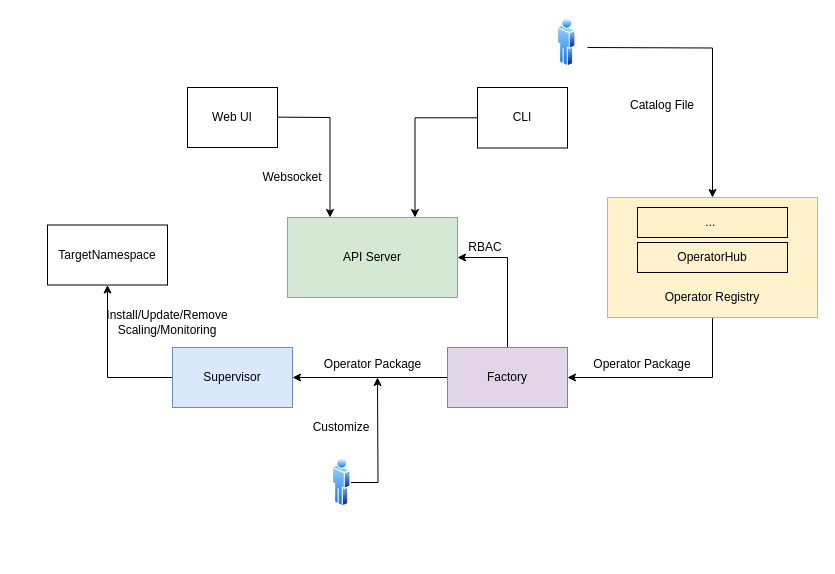
Above: page "Page-1" (1 of 2) of docs/olm.drawio in vanguoo/Distributed-Measurement-System (draw.io), before the change. Source tidied: cells renumbered, new cells numbered last; positions are measured from the earlier drawing's top-left corner, leaving out a move shared by most shapes. Both pictures are drawn from the tidied source at 100%, with x=0, y=0 at pixel (47, 17).
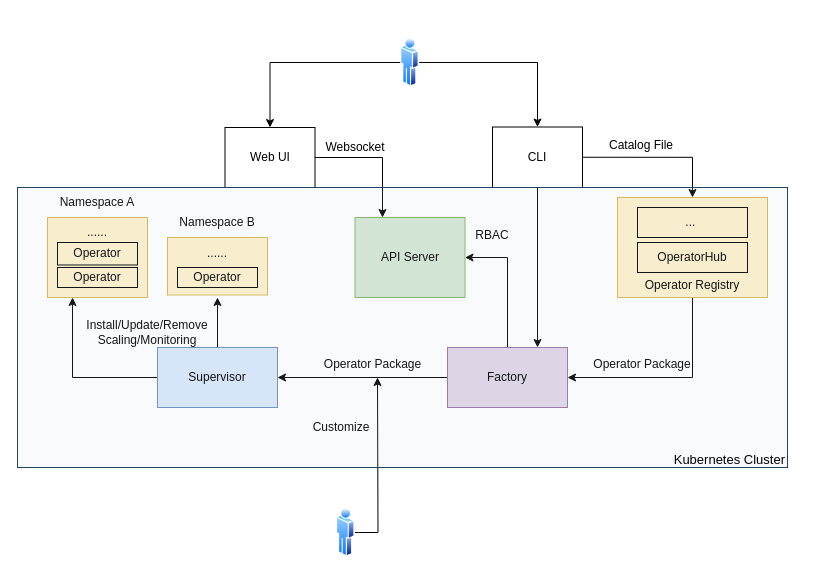
The same diagram, later.

The change refers to these unchanged cells:
```xml
<mxCell id="12" value="Factory" style="rounded=0;whiteSpace=wrap;html=1;fillColor=#e1d5e7;strokeColor=#9673a6;" parent="1" vertex="1">
  <mxGeometry x="400" y="330" width="120" height="60" as="geometry" />
</mxCell>
```

Diff of the diagram source:
```diff
@@
-    <mxCell id="2" style="edgeStyle=orthogonalEdgeStyle;rounded=0;jettySize=auto;html=1;" parent="1" edge="1" target="14">
-      <mxGeometry relative="1" as="geometry">
-        <mxPoint x="540" y="30" as="sourcePoint" />
-      </mxGeometry>
+    <mxCell id="2" style="edgeStyle=orthogonalEdgeStyle;rounded=0;jettySize=auto;html=1;exitX=1;exitY=0.5;exitDx=0;exitDy=0;" parent="1" edge="1" source="5" target="14">
+      <mxGeometry relative="1" as="geometry" />
     </mxCell>
     <mxCell id="3" value="API Server" style="rounded=0;whiteSpace=wrap;html=1;fillColor=#d5e8d4;strokeColor=#82b366;" parent="1" vertex="1">
-      <mxGeometry x="240" y="200" width="170" height="80" as="geometry" />
+      <mxGeometry x="307.5" y="200" width="110" height="80" as="geometry" />
     </mxCell>
-    <mxCell id="4" style="edgeStyle=orthogonalEdgeStyle;rounded=0;jettySize=auto;html=1;entryX=0.75;entryY=0;entryDx=0;entryDy=0;" parent="1" edge="1" source="5" target="3">
-      <mxGeometry relative="1" as="geometry" />
-    </mxCell>
+    <mxCell id="29" style="edgeStyle=orthogonalEdgeStyle;rounded=0;jettySize=auto;html=1;entryX=0.75;entryY=0;entryDx=0;entryDy=0;" parent="1" edge="1" source="5" target="12">
+      <mxGeometry relative="1" as="geometry" />
+    </mxCell>
     <mxCell id="5" value="CLI" style="rounded=0;whiteSpace=wrap;html=1;" parent="1" vertex="1">
-      <mxGeometry x="430" y="70" width="90" height="60.5" as="geometry" />
+      <mxGeometry x="445" y="109.5" width="90" height="60.5" as="geometry" />
     </mxCell>
-    <mxCell id="6" style="edgeStyle=orthogonalEdgeStyle;rounded=0;jettySize=auto;html=1;entryX=0.25;entryY=0;entryDx=0;entryDy=0;" parent="1" edge="1" target="3">
-      <mxGeometry relative="1" as="geometry">
-        <mxPoint x="210" y="99.5" as="sourcePoint" />
-      </mxGeometry>
+    <mxCell id="6" style="edgeStyle=orthogonalEdgeStyle;rounded=0;jettySize=auto;html=1;entryX=0.25;entryY=0;entryDx=0;entryDy=0;exitX=1;exitY=0.5;exitDx=0;exitDy=0;" parent="1" edge="1" source="7" target="3">
+      <mxGeometry relative="1" as="geometry" />
     </mxCell>
     <mxCell id="7" value="Web UI" style="rounded=0;whiteSpace=wrap;html=1;" parent="1" vertex="1">
-      <mxGeometry x="140" y="70" width="90" height="60" as="geometry" />
+      <mxGeometry x="177.5" y="110" width="90" height="60" as="geometry" />
     </mxCell>
+    <mxCell id="30" style="edgeStyle=orthogonalEdgeStyle;rounded=0;jettySize=auto;html=1;" parent="1" edge="1" source="9">
+      <mxGeometry relative="1" as="geometry">
+        <mxPoint x="170" y="280" as="targetPoint" />
+      </mxGeometry>
+    </mxCell>
-    <mxCell id="8" style="edgeStyle=orthogonalEdgeStyle;rounded=0;jettySize=auto;html=1;entryX=0.5;entryY=1;entryDx=0;entryDy=0;" parent="1" edge="1" source="9" target="24">
+    <mxCell id="8" style="edgeStyle=orthogonalEdgeStyle;rounded=0;jettySize=auto;html=1;entryX=0.25;entryY=1;entryDx=0;entryDy=0;" parent="1" edge="1" source="9" target="24">
       <mxGeometry relative="1" as="geometry" />
     </mxCell>
     <mxCell id="9" value="Supervisor" style="rounded=0;whiteSpace=wrap;html=1;fillColor=#dae8fc;strokeColor=#6c8ebf;" parent="1" vertex="1">
-      <mxGeometry x="125" y="330" width="120" height="60" as="geometry" />
+      <mxGeometry x="110" y="330" width="120" height="60" as="geometry" />
     </mxCell>
@@
     <mxCell id="14" style="rounded=0;whiteSpace=wrap;html=1;align=left;strokeColor=#d6b656;fillColor=#fff2cc;" parent="1" vertex="1">
-      <mxGeometry x="560" y="180" width="210" height="120" as="geometry" />
+      <mxGeometry x="570" y="180" width="150" height="100" as="geometry" />
     </mxCell>
+    <mxCell id="31" style="edgeStyle=orthogonalEdgeStyle;rounded=0;jettySize=auto;html=1;" parent="1" edge="1" source="15" target="5">
+      <mxGeometry relative="1" as="geometry" />
+    </mxCell>
+    <mxCell id="32" style="edgeStyle=orthogonalEdgeStyle;rounded=0;jettySize=auto;html=1;entryX=0.5;entryY=0;entryDx=0;entryDy=0;" parent="1" edge="1" source="15" target="7">
+      <mxGeometry relative="1" as="geometry" />
+    </mxCell>
     <mxCell id="15" style="perimeter=ellipsePerimeter;html=1;align=center;shadow=0;dashed=0;spacingTop=3;image;image=img/lib/active_directory/user.svg;fillColor=none;" parent="1" vertex="1">
-      <mxGeometry x="510" width="18.5" height="50" as="geometry" />
+      <mxGeometry x="353.2" y="20" width="18.5" height="50" as="geometry" />
     </mxCell>
     <mxCell id="16" value="Catalog File" style="text;html=1;strokeColor=none;fillColor=none;align=center;verticalAlign=middle;whiteSpace=wrap;rounded=0;" parent="1" vertex="1">
-      <mxGeometry x="575" y="80" width="80" height="16" as="geometry" />
+      <mxGeometry x="554.2" y="120" width="80" height="16" as="geometry" />
     </mxCell>
     <mxCell id="17" value="OperatorHub" style="rounded=0;whiteSpace=wrap;html=1;fillColor=none;" parent="1" vertex="1">
-      <mxGeometry x="590" y="225" width="150" height="30" as="geometry" />
+      <mxGeometry x="590" y="225" width="110" height="30" as="geometry" />
     </mxCell>
     <mxCell id="18" value="RBAC" style="text;html=1;strokeColor=none;fillColor=none;align=center;verticalAlign=middle;whiteSpace=wrap;rounded=0;" parent="1" vertex="1">
-      <mxGeometry x="417.5" y="220" width="40" height="20" as="geometry" />
+      <mxGeometry x="425" y="207.5" width="40" height="20" as="geometry" />
     </mxCell>
@@
     <mxCell id="20" value="Websocket" style="text;html=1;strokeColor=none;fillColor=none;align=center;verticalAlign=middle;whiteSpace=wrap;rounded=0;" parent="1" vertex="1">
-      <mxGeometry x="205" y="150" width="80" height="20" as="geometry" />
+      <mxGeometry x="267.5" y="120" width="80" height="20" as="geometry" />
     </mxCell>
     <mxCell id="21" value="...&amp;nbsp;" style="rounded=0;whiteSpace=wrap;html=1;fillColor=none;" parent="1" vertex="1">
-      <mxGeometry x="590" y="190" width="150" height="30" as="geometry" />
+      <mxGeometry x="590" y="190" width="110" height="30" as="geometry" />
     </mxCell>
@@
     <mxCell id="23" value="Install/Update/Remove&lt;br&gt;Scaling/Monitoring" style="text;html=1;strokeColor=none;fillColor=none;align=center;verticalAlign=middle;whiteSpace=wrap;rounded=0;" parent="1" vertex="1">
-      <mxGeometry x="50" y="290" width="140" height="30" as="geometry" />
+      <mxGeometry x="30" y="300" width="140" height="30" as="geometry" />
     </mxCell>
-    <mxCell id="24" value="TargetNamespace" style="rounded=0;whiteSpace=wrap;html=1;strokeColor=#000000;fillColor=none;" parent="1" vertex="1">
-      <mxGeometry y="207.5" width="120" height="60" as="geometry" />
+    <mxCell id="24" style="rounded=0;whiteSpace=wrap;html=1;strokeColor=#d6b656;fillColor=#fff2cc;" parent="1" vertex="1">
+      <mxGeometry y="200" width="100" height="80" as="geometry" />
     </mxCell>
     <mxCell id="25" value="Operator Registry" style="text;html=1;strokeColor=none;fillColor=none;align=center;verticalAlign=middle;whiteSpace=wrap;rounded=0;" parent="1" vertex="1">
-      <mxGeometry x="615" y="267.5" width="100" height="25" as="geometry" />
+      <mxGeometry x="595" y="255" width="100" height="25" as="geometry" />
     </mxCell>
@@
     <mxCell id="27" style="perimeter=ellipsePerimeter;html=1;align=center;shadow=0;dashed=0;spacingTop=3;image;image=img/lib/active_directory/user.svg;strokeColor=#000000;fillColor=none;" parent="1" vertex="1">
-      <mxGeometry x="285" y="440" width="18.5" height="50" as="geometry" />
+      <mxGeometry x="289" y="490" width="18.5" height="50" as="geometry" />
     </mxCell>
@@
+    <mxCell id="33" value="Operator" style="rounded=0;whiteSpace=wrap;html=1;strokeColor=#000000;fillColor=none;" parent="1" vertex="1">
+      <mxGeometry x="10" y="225" width="80" height="22.5" as="geometry" />
+    </mxCell>
+    <mxCell id="34" value="Operator" style="rounded=0;whiteSpace=wrap;html=1;strokeColor=#000000;fillColor=none;" parent="1" vertex="1">
+      <mxGeometry x="10" y="250" width="80" height="20" as="geometry" />
+    </mxCell>
+    <mxCell id="35" style="rounded=0;whiteSpace=wrap;html=1;strokeColor=#d6b656;fillColor=#fff2cc;" parent="1" vertex="1">
+      <mxGeometry x="120" y="220" width="100" height="57.5" as="geometry" />
+    </mxCell>
+    <mxCell id="36" value="Operator" style="rounded=0;whiteSpace=wrap;html=1;strokeColor=#000000;fillColor=none;" parent="1" vertex="1">
+      <mxGeometry x="130" y="250" width="80" height="20" as="geometry" />
+    </mxCell>
+    <mxCell id="37" value="Namespace A" style="text;html=1;strokeColor=none;fillColor=none;align=center;verticalAlign=middle;whiteSpace=wrap;rounded=0;" parent="1" vertex="1">
+      <mxGeometry x="5" y="175" width="90" height="20" as="geometry" />
+    </mxCell>
+    <mxCell id="38" value="Namespace B" style="text;html=1;strokeColor=none;fillColor=none;align=center;verticalAlign=middle;whiteSpace=wrap;rounded=0;" parent="1" vertex="1">
+      <mxGeometry x="125" y="195" width="90" height="20" as="geometry" />
+    </mxCell>
+    <mxCell id="39" value="......" style="text;html=1;strokeColor=none;fillColor=none;align=center;verticalAlign=middle;whiteSpace=wrap;rounded=0;" parent="1" vertex="1">
+      <mxGeometry x="30" y="205" width="40" height="20" as="geometry" />
+    </mxCell>
+    <mxCell id="40" value="......" style="text;html=1;strokeColor=none;fillColor=none;align=center;verticalAlign=middle;whiteSpace=wrap;rounded=0;" parent="1" vertex="1">
+      <mxGeometry x="150" y="226.2" width="40" height="20" as="geometry" />
+    </mxCell>
+    <mxCell id="41" value="&lt;font style=&quot;font-size: 13px&quot;&gt;&lt;br&gt;&lt;br&gt;&lt;br&gt;&lt;br&gt;&lt;br&gt;&lt;br&gt;&lt;br&gt;&lt;br&gt;&lt;br&gt;&lt;br&gt;&lt;br&gt;&lt;br&gt;&lt;br&gt;&lt;br&gt;&lt;br&gt;&lt;br&gt;&lt;br&gt;Kubernetes Cluster&lt;/font&gt;" style="rounded=0;whiteSpace=wrap;html=1;shadow=0;fillOpacity=10;fillColor=#bac8d3;strokeColor=#23445d;align=right;" parent="1" vertex="1">
+      <mxGeometry x="-30" y="170" width="770" height="280" as="geometry" />
+    </mxCell>
```
